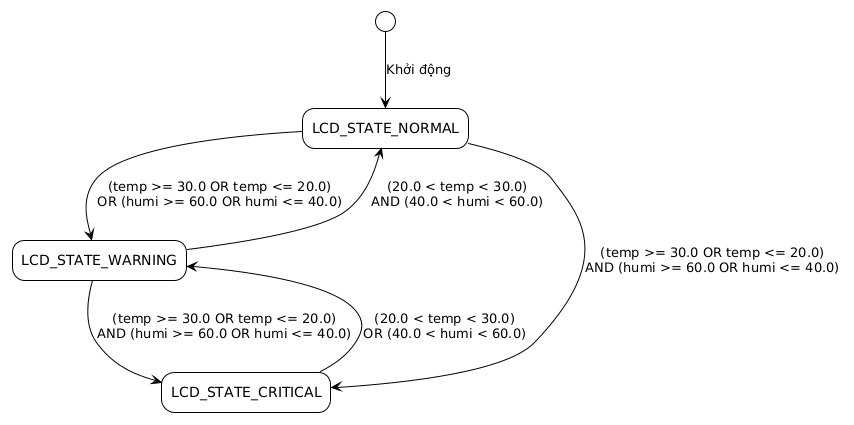
Earlier version of the PlantUML export LaTex/pictures/FSM_LCD.png (vinhle275/IoT-Assignment).
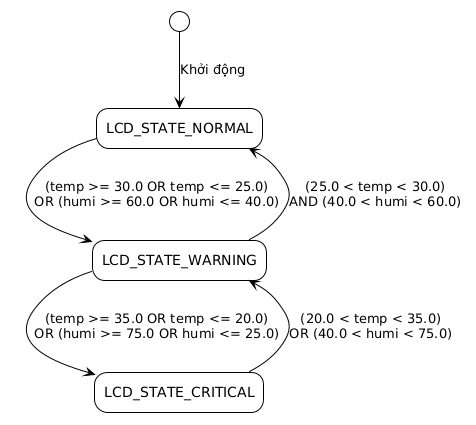
Later version of the same file.

The edit, as a diff of the source:
```diff
@@ -17,13 +17,11 @@
 [*] --> Normal : Khởi động
 
 
-Normal --> Warning : (temp >= 30.0 OR temp <= 20.0)\nOR (humi >= 60.0 OR humi <= 40.0)
-Warning -up-> Normal : (20.0 < temp < 30.0)\nAND (40.0 < humi < 60.0)
+Normal --> Warning : (temp >= 30.0 OR temp <= 25.0)\nOR (humi >= 60.0 OR humi <= 40.0)
+Warning -up-> Normal : (25.0 < temp < 30.0)\nAND (40.0 < humi < 60.0)
 
-Warning --> Critical : (temp >= 30.0 OR temp <= 20.0)\nAND (humi >= 60.0 OR humi <= 40.0)
-Critical -up-> Warning : (20.0 < temp < 30.0)\nOR (40.0 < humi < 60.0)
+Warning --> Critical : (temp >= 35.0 OR temp <= 20.0)\nOR (humi >= 75.0 OR humi <= 25.0)
+Critical -up-> Warning : (20.0 < temp < 35.0)\nOR (40.0 < humi < 75.0)
 
-Normal --> Critical : (temp >= 30.0 OR temp <= 20.0)\nAND (humi >= 60.0 OR humi <= 40.0)
 
-Warning -right[hidden]-> Critical
 @enduml
```
